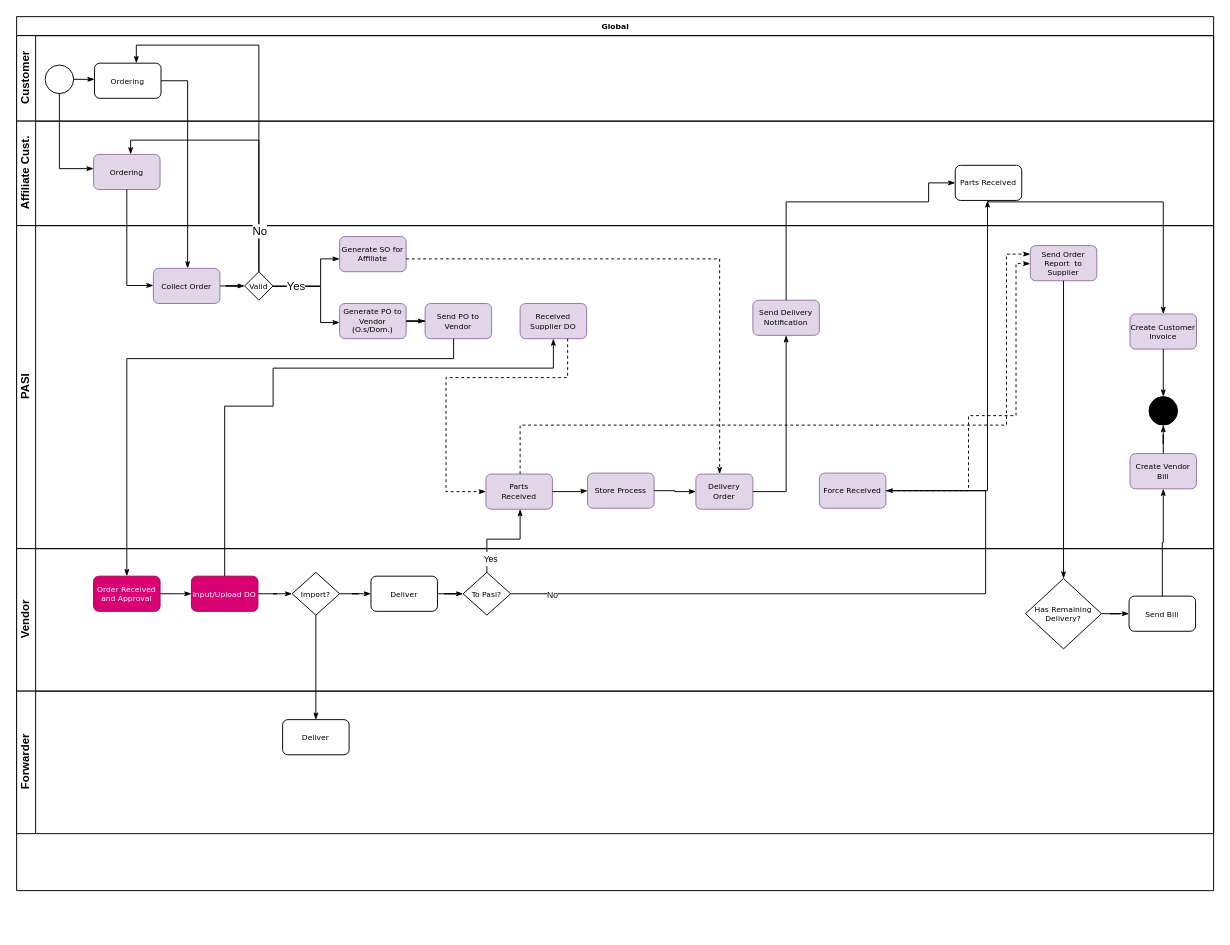
Earlier version of the draw.io diagram page "0. Global" (1 of 8) of PASI - PPS.drawio (hendrasaputra0501/pasi-bpa). Source tidied: cells renumbered, new cells numbered last; positions are measured from the earlier drawing's top-left corner, leaving out a move shared by most shapes. Both pictures are drawn from the tidied source at 95%, with x=0, y=0 at pixel (16, 16).
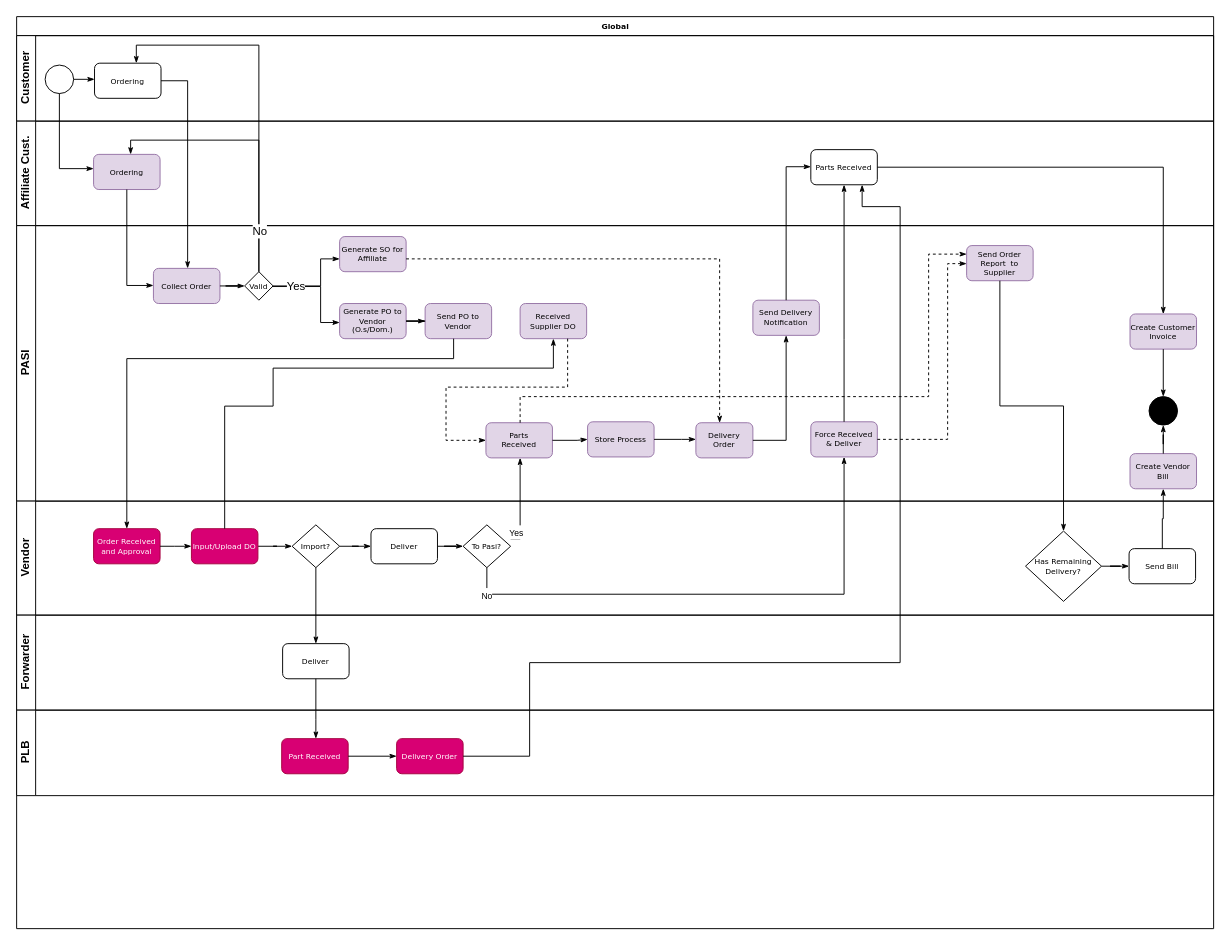
After the change.

The change refers to these unchanged cells:
```xml
<mxCell id="7" value="Affiliate Cust." style="swimlane;html=1;startSize=20;horizontal=0;" parent="2" vertex="1">
  <mxGeometry y="110" width="1260" height="110" as="geometry" />
</mxCell>
<mxCell id="22" value="Received Supplier DO" style="rounded=1;whiteSpace=wrap;html=1;shadow=0;labelBackgroundColor=none;strokeWidth=1;fontFamily=Verdana;fontSize=8;align=center;fillColor=#e1d5e7;strokeColor=#9673a6;" parent="10" vertex="1">
  <mxGeometry x="530" y="82" width="70" height="37" as="geometry" />
</mxCell>
<mxCell id="23" value="Send Delivery Notification" style="rounded=1;whiteSpace=wrap;html=1;shadow=0;labelBackgroundColor=none;strokeWidth=1;fontFamily=Verdana;fontSize=8;align=center;fillColor=#e1d5e7;strokeColor=#9673a6;" parent="10" vertex="1">
  <mxGeometry x="775" y="78.5" width="70" height="37" as="geometry" />
</mxCell>
<mxCell id="37" value="Create Customer Invoice" style="rounded=1;whiteSpace=wrap;html=1;shadow=0;labelBackgroundColor=none;strokeWidth=1;fontFamily=Verdana;fontSize=8;align=center;fillColor=#e1d5e7;strokeColor=#9673a6;" parent="10" vertex="1">
  <mxGeometry x="1172" y="93" width="70" height="37" as="geometry" />
</mxCell>
<mxCell id="49" value="To Pasi?" style="strokeWidth=1;html=1;shape=mxgraph.flowchart.decision;whiteSpace=wrap;rounded=1;shadow=0;labelBackgroundColor=none;fontFamily=Verdana;fontSize=8;align=center;" parent="41" vertex="1">
  <mxGeometry x="470" y="25" width="50" height="45" as="geometry" />
</mxCell>
<mxCell id="71" value="Deliver" style="rounded=1;whiteSpace=wrap;html=1;shadow=0;labelBackgroundColor=none;strokeWidth=1;fontFamily=Verdana;fontSize=8;align=center;verticalAlign=middle;" parent="70" vertex="1">
  <mxGeometry x="280" y="30" width="70" height="37" as="geometry" />
</mxCell>
```

Change to the diagram source:
```diff
@@
     <mxCell id="2" value="Global" style="swimlane;html=1;horizontal=1;startSize=20;rounded=0;shadow=0;labelBackgroundColor=none;strokeWidth=1;fontFamily=Verdana;fontSize=8;align=center;" parent="1" vertex="1">
-      <mxGeometry width="1260" height="920" as="geometry" />
+      <mxGeometry width="1260" height="960" as="geometry" />
     </mxCell>
@@
     <mxCell id="9" value="Parts Received" style="rounded=1;whiteSpace=wrap;html=1;shadow=0;labelBackgroundColor=none;strokeWidth=1;fontFamily=Verdana;fontSize=8;align=center;" parent="7" vertex="1">
-      <mxGeometry x="988" y="46.5" width="70" height="37" as="geometry" />
+      <mxGeometry x="836" y="30" width="70" height="37" as="geometry" />
     </mxCell>
     <mxCell id="10" value="PASI" style="swimlane;html=1;startSize=20;horizontal=0;" parent="2" vertex="1">
-      <mxGeometry y="220" width="1260" height="340" as="geometry" />
+      <mxGeometry y="220" width="1260" height="290" as="geometry" />
     </mxCell>
@@
     <mxCell id="21" value="Send Order Report&amp;nbsp; to Supplier" style="rounded=1;whiteSpace=wrap;html=1;shadow=0;labelBackgroundColor=none;strokeWidth=1;fontFamily=Verdana;fontSize=8;align=center;fillColor=#e1d5e7;strokeColor=#9673a6;" parent="10" vertex="1">
-      <mxGeometry x="1067" y="21" width="70" height="37" as="geometry" />
+      <mxGeometry x="1000" y="21" width="70" height="37" as="geometry" />
     </mxCell>
@@
     <mxCell id="25" value="&lt;div&gt;Parts&lt;/div&gt;&lt;div&gt;Received&lt;/div&gt;" style="rounded=1;whiteSpace=wrap;html=1;shadow=0;labelBackgroundColor=none;strokeWidth=1;fontFamily=Verdana;fontSize=8;align=center;fillColor=#e1d5e7;strokeColor=#9673a6;" parent="10" vertex="1">
-      <mxGeometry x="494" y="261.5" width="70" height="37" as="geometry" />
+      <mxGeometry x="494" y="207.5" width="70" height="37" as="geometry" />
     </mxCell>
     <mxCell id="26" style="edgeStyle=orthogonalEdgeStyle;rounded=0;html=1;labelBackgroundColor=none;startArrow=none;startFill=0;startSize=5;endArrow=classicThin;endFill=1;endSize=5;jettySize=auto;strokeWidth=1;fontFamily=Verdana;fontSize=8;dashed=1;" parent="10" edge="1" source="25" target="21">
       <mxGeometry relative="1" as="geometry">
         <Array as="points">
-          <mxPoint x="530" y="210" />
-          <mxPoint x="1042" y="210" />
-          <mxPoint x="1042" y="30" />
+          <mxPoint x="530" y="180" />
+          <mxPoint x="960" y="180" />
+          <mxPoint x="960" y="30" />
         </Array>
       </mxGeometry>
     </mxCell>
     <mxCell id="27" style="edgeStyle=orthogonalEdgeStyle;rounded=0;html=1;labelBackgroundColor=none;startArrow=none;startFill=0;startSize=5;endArrow=classicThin;endFill=1;endSize=5;jettySize=auto;strokeWidth=1;fontFamily=Verdana;fontSize=8;dashed=1;" parent="10" edge="1" source="22" target="25">
       <mxGeometry relative="1" as="geometry">
         <Array as="points">
-          <mxPoint x="580" y="160" />
-          <mxPoint x="452" y="160" />
-          <mxPoint x="452" y="280" />
+          <mxPoint x="580" y="170" />
+          <mxPoint x="452" y="170" />
+          <mxPoint x="452" y="226" />
         </Array>
       </mxGeometry>
     </mxCell>
     <mxCell id="28" value="Store Process" style="rounded=1;whiteSpace=wrap;html=1;shadow=0;labelBackgroundColor=none;strokeWidth=1;fontFamily=Verdana;fontSize=8;align=center;fillColor=#e1d5e7;strokeColor=#9673a6;" parent="10" vertex="1">
-      <mxGeometry x="601" y="260.5" width="70" height="37" as="geometry" />
+      <mxGeometry x="601" y="206.5" width="70" height="37" as="geometry" />
     </mxCell>
     <mxCell id="29" style="edgeStyle=orthogonalEdgeStyle;rounded=0;html=1;labelBackgroundColor=none;startArrow=none;startFill=0;startSize=5;endArrow=classicThin;endFill=1;endSize=5;jettySize=auto;strokeWidth=1;fontFamily=Verdana;fontSize=8;entryX=0;entryY=0.5;entryDx=0;entryDy=0;exitX=1;exitY=0.5;exitDx=0;exitDy=0;" parent="10" edge="1" source="25" target="28">
       <mxGeometry relative="1" as="geometry">
         <Array as="points">
-          <mxPoint x="590" y="280" />
-          <mxPoint x="590" y="280" />
+          <mxPoint x="590" y="226" />
+          <mxPoint x="590" y="226" />
         </Array>
       </mxGeometry>
     </mxCell>
     <mxCell id="30" value="Delivery Order" style="rounded=1;whiteSpace=wrap;html=1;shadow=0;labelBackgroundColor=none;strokeWidth=1;fontFamily=Verdana;fontSize=8;align=center;fillColor=#e1d5e7;strokeColor=#9673a6;" parent="10" vertex="1">
-      <mxGeometry x="715" y="261.5" width="60" height="37" as="geometry" />
+      <mxGeometry x="715" y="207.5" width="60" height="37" as="geometry" />
     </mxCell>
@@
     <mxCell id="32" style="edgeStyle=orthogonalEdgeStyle;rounded=0;html=1;labelBackgroundColor=none;startArrow=none;startFill=0;startSize=5;endArrow=classicThin;endFill=1;endSize=5;jettySize=auto;strokeWidth=1;fontFamily=Verdana;fontSize=8;" parent="10" edge="1" source="30" target="23">
       <mxGeometry relative="1" as="geometry">
         <Array as="points">
-          <mxPoint x="810" y="280" />
+          <mxPoint x="810" y="226" />
         </Array>
       </mxGeometry>
     </mxCell>
     <mxCell id="33" style="edgeStyle=orthogonalEdgeStyle;rounded=0;html=1;labelBackgroundColor=none;startArrow=none;startFill=0;startSize=5;endArrow=classicThin;endFill=1;endSize=5;jettySize=auto;strokeWidth=1;fontFamily=Verdana;fontSize=8;" parent="10" edge="1" source="28" target="30">
-      <mxGeometry relative="1" as="geometry" />
+      <mxGeometry relative="1" as="geometry">
+        <Array as="points">
+          <mxPoint x="700" y="225" />
+          <mxPoint x="700" y="225" />
+        </Array>
+      </mxGeometry>
     </mxCell>
-    <mxCell id="34" value="&lt;div&gt;Force Received&lt;/div&gt;" style="rounded=1;whiteSpace=wrap;html=1;shadow=0;labelBackgroundColor=none;strokeWidth=1;fontFamily=Verdana;fontSize=8;align=center;fillColor=#e1d5e7;strokeColor=#9673a6;" parent="10" vertex="1">
-      <mxGeometry x="845" y="260.5" width="70" height="37" as="geometry" />
+    <mxCell id="34" value="&lt;div&gt;Force Received &amp;amp; Deliver&lt;/div&gt;" style="rounded=1;whiteSpace=wrap;html=1;shadow=0;labelBackgroundColor=none;strokeWidth=1;fontFamily=Verdana;fontSize=8;align=center;fillColor=#e1d5e7;strokeColor=#9673a6;" parent="10" vertex="1">
+      <mxGeometry x="836" y="206.5" width="70" height="37" as="geometry" />
     </mxCell>
     <mxCell id="35" style="edgeStyle=orthogonalEdgeStyle;rounded=0;html=1;labelBackgroundColor=none;startArrow=none;startFill=0;startSize=5;endArrow=classicThin;endFill=1;endSize=5;jettySize=auto;strokeWidth=1;fontFamily=Verdana;fontSize=8;dashed=1;" parent="10" edge="1" source="34" target="21">
       <mxGeometry relative="1" as="geometry">
         <Array as="points">
-          <mxPoint x="1002" y="200" />
-          <mxPoint x="1052" y="200" />
-          <mxPoint x="1052" y="40" />
+          <mxPoint x="980" y="225" />
+          <mxPoint x="980" y="40" />
         </Array>
       </mxGeometry>
     </mxCell>
@@
     <mxCell id="41" value="Vendor" style="swimlane;html=1;startSize=20;horizontal=0;" parent="2" vertex="1">
-      <mxGeometry y="560" width="1260" height="150" as="geometry" />
+      <mxGeometry y="510" width="1260" height="120" as="geometry" />
     </mxCell>
@@
     <mxCell id="57" style="edgeStyle=orthogonalEdgeStyle;rounded=0;html=1;labelBackgroundColor=none;startArrow=none;startFill=0;startSize=5;endArrow=classicThin;endFill=1;endSize=5;jettySize=auto;strokeWidth=1;fontFamily=Verdana;fontSize=8;" parent="2" edge="1" source="49" target="34">
       <mxGeometry relative="1" as="geometry">
         <Array as="points">
-          <mxPoint x="1020" y="608" />
+          <mxPoint x="871" y="608" />
         </Array>
       </mxGeometry>
     </mxCell>
@@
     <mxCell id="59" style="edgeStyle=orthogonalEdgeStyle;rounded=0;html=1;labelBackgroundColor=none;startArrow=none;startFill=0;startSize=5;endArrow=classicThin;endFill=1;endSize=5;jettySize=auto;strokeWidth=1;fontFamily=Verdana;fontSize=8;" parent="2" edge="1" source="23" target="9">
       <mxGeometry relative="1" as="geometry">
         <Array as="points">
-          <mxPoint x="960" y="195" />
+          <mxPoint x="810" y="158" />
         </Array>
       </mxGeometry>
     </mxCell>
@@
     <mxCell id="64" style="edgeStyle=orthogonalEdgeStyle;rounded=0;html=1;labelBackgroundColor=none;startArrow=none;startFill=0;startSize=5;endArrow=classicThin;endFill=1;endSize=5;jettySize=auto;strokeWidth=1;fontFamily=Verdana;fontSize=8;" parent="2" edge="1" source="34" target="9">
       <mxGeometry relative="1" as="geometry">
         <Array as="points">
-          <mxPoint x="1022" y="410" />
-          <mxPoint x="1022" y="410" />
+          <mxPoint x="871" y="340" />
+          <mxPoint x="871" y="340" />
         </Array>
       </mxGeometry>
     </mxCell>
@@
     <mxCell id="68" style="edgeStyle=orthogonalEdgeStyle;rounded=0;html=1;labelBackgroundColor=none;startArrow=none;startFill=0;startSize=5;endArrow=classicThin;endFill=1;endSize=5;jettySize=auto;strokeWidth=1;fontFamily=Verdana;fontSize=8;" parent="2" edge="1" source="9" target="37">
       <mxGeometry relative="1" as="geometry">
         <Array as="points">
-          <mxPoint x="1207" y="195" />
+          <mxPoint x="1207" y="158" />
         </Array>
       </mxGeometry>
     </mxCell>
@@
     <mxCell id="70" value="Forwarder" style="swimlane;html=1;startSize=20;horizontal=0;" parent="2" vertex="1">
-      <mxGeometry y="710" width="1260" height="150" as="geometry" />
+      <mxGeometry y="630" width="1260" height="100" as="geometry" />
     </mxCell>
@@
+    <mxCell id="73" value="PLB" style="swimlane;html=1;startSize=20;horizontal=0;" parent="2" vertex="1">
+      <mxGeometry y="730" width="1260" height="90" as="geometry" />
+    </mxCell>
+    <mxCell id="74" value="Part Received" style="rounded=1;whiteSpace=wrap;html=1;shadow=0;labelBackgroundColor=none;strokeWidth=1;fontFamily=Verdana;fontSize=8;align=center;strokeColor=#A50040;verticalAlign=middle;fontColor=#ffffff;fillColor=#d80073;" parent="73" vertex="1">
+      <mxGeometry x="279" y="30" width="70" height="37" as="geometry" />
+    </mxCell>
+    <mxCell id="75" value="Delivery Order" style="rounded=1;whiteSpace=wrap;html=1;shadow=0;labelBackgroundColor=none;strokeWidth=1;fontFamily=Verdana;fontSize=8;align=center;strokeColor=#A50040;verticalAlign=middle;fontColor=#ffffff;fillColor=#d80073;" parent="73" vertex="1">
+      <mxGeometry x="400" y="30" width="70" height="37" as="geometry" />
+    </mxCell>
+    <mxCell id="76" style="edgeStyle=orthogonalEdgeStyle;rounded=0;html=1;labelBackgroundColor=none;startArrow=none;startFill=0;startSize=5;endArrow=classicThin;endFill=1;endSize=5;jettySize=auto;strokeWidth=1;fontFamily=Verdana;fontSize=8;" parent="73" edge="1" source="74" target="75">
+      <mxGeometry relative="1" as="geometry" />
+    </mxCell>
+    <mxCell id="77" style="edgeStyle=orthogonalEdgeStyle;rounded=0;html=1;labelBackgroundColor=none;startArrow=none;startFill=0;startSize=5;endArrow=classicThin;endFill=1;endSize=5;jettySize=auto;strokeWidth=1;fontFamily=Verdana;fontSize=8;" parent="2" edge="1" source="71" target="74">
+      <mxGeometry relative="1" as="geometry">
+        <Array as="points">
+          <mxPoint x="315" y="740" />
+          <mxPoint x="315" y="740" />
+        </Array>
+      </mxGeometry>
+    </mxCell>
+    <mxCell id="78" style="edgeStyle=orthogonalEdgeStyle;rounded=0;html=1;labelBackgroundColor=none;startArrow=none;startFill=0;startSize=5;endArrow=classicThin;endFill=1;endSize=5;jettySize=auto;strokeWidth=1;fontFamily=Verdana;fontSize=8;" parent="2" edge="1" source="75" target="9">
+      <mxGeometry relative="1" as="geometry">
+        <Array as="points">
+          <mxPoint x="540" y="779" />
+          <mxPoint x="540" y="680" />
+          <mxPoint x="930" y="680" />
+          <mxPoint x="930" y="200" />
+          <mxPoint x="890" y="200" />
+        </Array>
+      </mxGeometry>
+    </mxCell>
```
